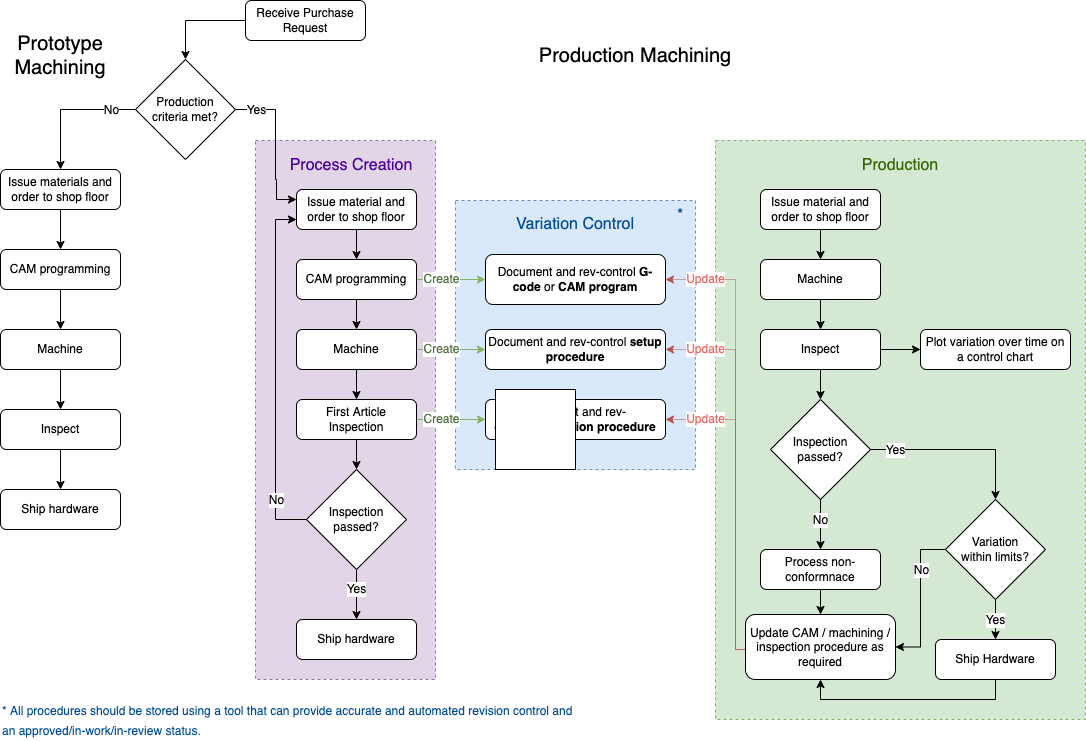
Before: production-machining-flowchart.drawio.png, a diagram exported from draw.io (denningta/diagrams). Source tidied: cells renumbered, new cells last; positions are measured from the earlier drawing's top-left corner, leaving out a move shared by most shapes.
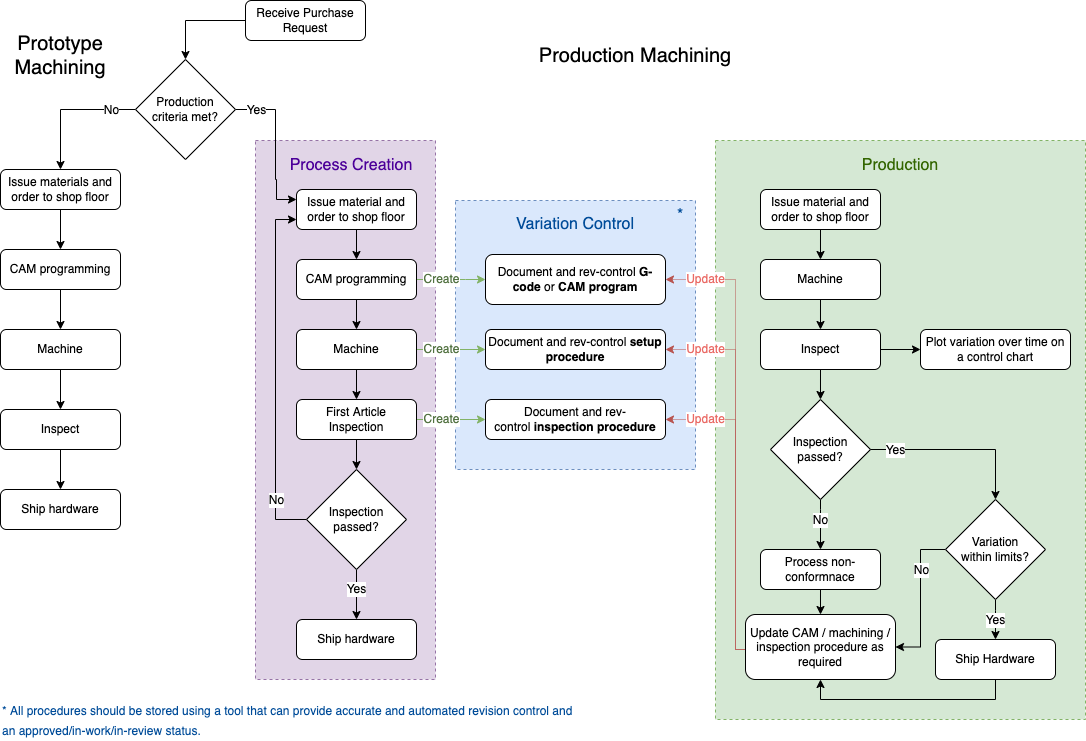
After the commit.

What changed in the source:
```diff
@@ -266,8 +266,5 @@
     <mxCell id="69" value="&lt;font style=&quot;font-size: 12px&quot;&gt;* All procedures should be stored using a tool that can provide accurate and automated revision control and an approved/in-work/in-review status.&amp;nbsp;&amp;nbsp;&lt;/font&gt;" style="text;html=1;align=left;verticalAlign=middle;whiteSpace=wrap;rounded=0;fontSize=16;fontColor=#004C99;" parent="1" vertex="1">
       <mxGeometry y="699" width="580" height="41" as="geometry" />
     </mxCell>
-    <mxCell id="70" style="whiteSpace=wrap;html=1;fontColor=#336600;" parent="1" vertex="1">
-      <mxGeometry x="495" y="389" width="80" height="80" as="geometry" />
-    </mxCell>
   </root>
 </mxGraphModel>
```
